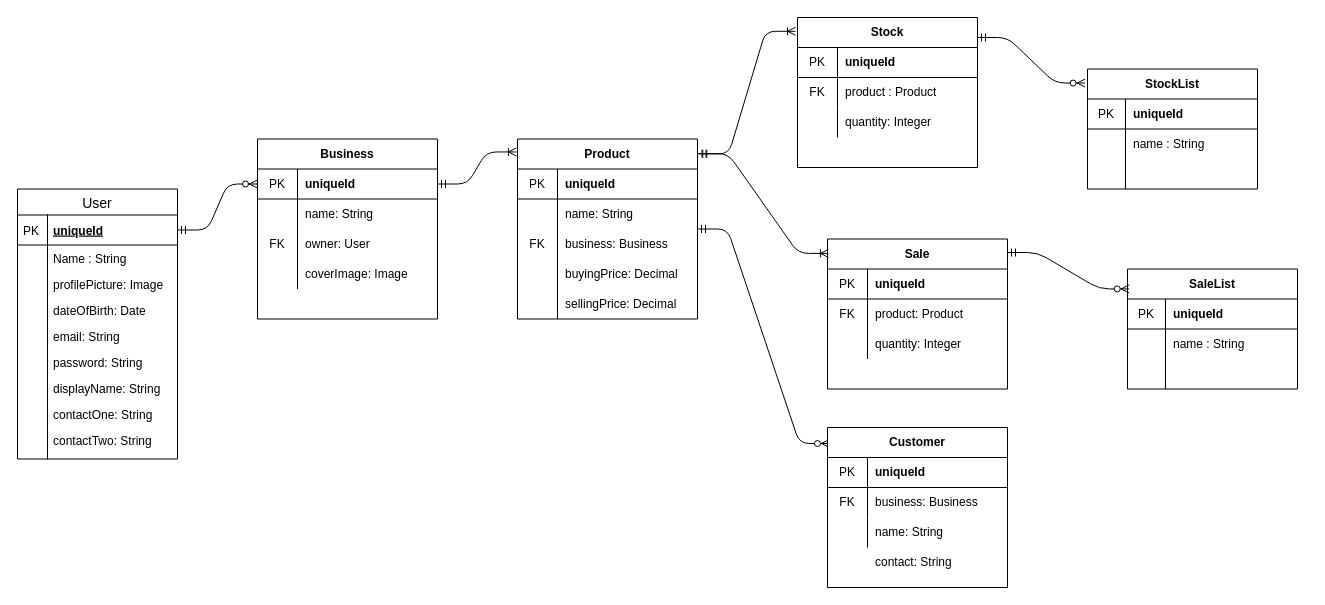
Above: model_schema.drawio in yeboah326/Garage97 (draw.io), before the change. Source tidied: cells renumbered, new cells numbered last; positions are measured from the earlier drawing's top-left corner, leaving out a move shared by most shapes. Both pictures are drawn from the tidied source at 100%, with x=0, y=0 at pixel (17, 17).
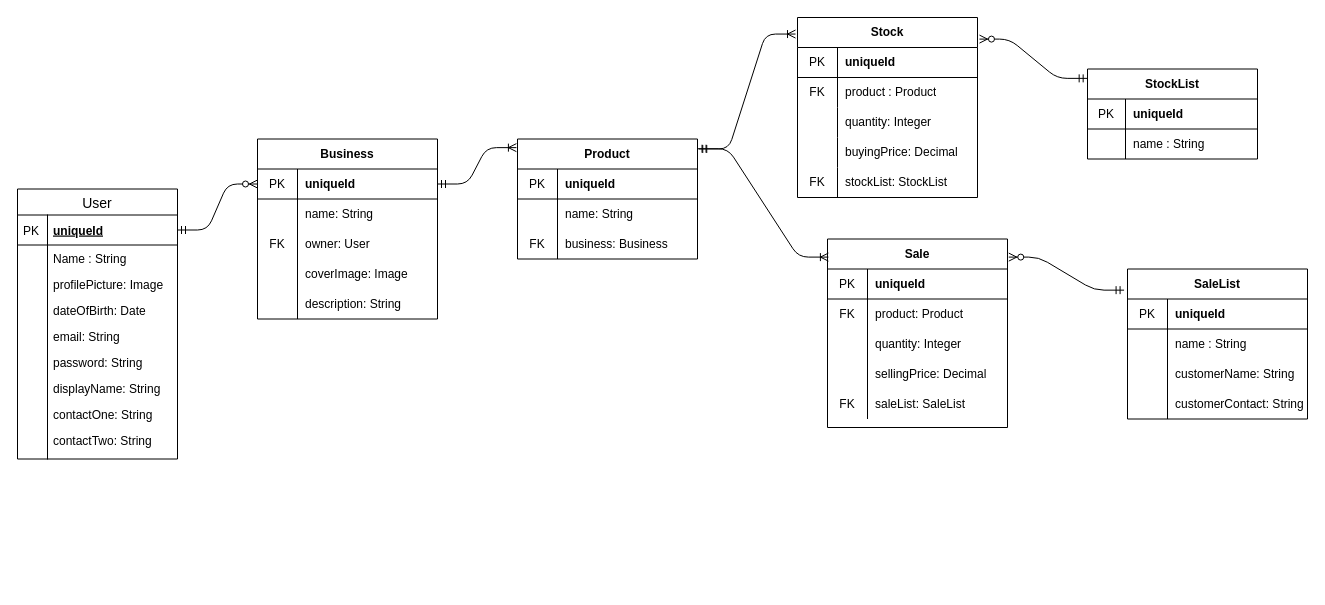
After the change.

Commit message:
Modified er diagram to contain new information

Unchanged cells that the change refers to:
```xml
<mxCell id="23" value="Business" style="shape=table;html=1;whiteSpace=wrap;startSize=30;childLayout=tableLayout;rowLines=0;fontStyle=1;align=center;" parent="1" vertex="1">
  <mxGeometry x="240" y="121.5" width="180" height="180" as="geometry" />
</mxCell>
```

The edit, as a diff of the source:
```diff
@@
+    <mxCell id="110" style="shape=partialRectangle;html=1;whiteSpace=wrap;fillColor=none;top=0;left=0;bottom=0;right=0;" parent="23" vertex="1">
+      <mxGeometry y="150" width="180" height="30" as="geometry" />
+    </mxCell>
+    <mxCell id="111" style="shape=partialRectangle;html=1;whiteSpace=wrap;fillColor=none;top=0;left=0;bottom=0;right=0;overflow=hidden;" parent="110" vertex="1">
+      <mxGeometry width="40" height="30" as="geometry" />
+    </mxCell>
+    <mxCell id="112" value="description: String" style="shape=partialRectangle;html=1;whiteSpace=wrap;fillColor=none;top=0;left=0;bottom=0;right=0;align=left;spacingLeft=6;overflow=hidden;" parent="110" vertex="1">
+      <mxGeometry x="40" width="140" height="30" as="geometry" />
+    </mxCell>
     <mxCell id="36" value="Product" style="shape=table;html=1;whiteSpace=wrap;startSize=30;childLayout=tableLayout;rowLines=0;fontStyle=1;align=center;" parent="1" vertex="1">
-      <mxGeometry x="500" y="121.5" width="180" height="180" as="geometry" />
+      <mxGeometry x="500" y="121.5" width="180" height="120" as="geometry" />
     </mxCell>
@@
-    <mxCell id="46" style="shape=partialRectangle;html=1;whiteSpace=wrap;fillColor=none;top=0;left=0;bottom=0;right=0;" parent="36" vertex="1">
-      <mxGeometry y="120" width="180" height="30" as="geometry" />
-    </mxCell>
-    <mxCell id="47" style="shape=partialRectangle;html=1;whiteSpace=wrap;fillColor=none;top=0;left=0;bottom=0;right=0;overflow=hidden;" parent="46" vertex="1">
-      <mxGeometry width="40" height="30" as="geometry" />
-    </mxCell>
-    <mxCell id="48" value="buyingPrice: Decimal" style="shape=partialRectangle;html=1;whiteSpace=wrap;fillColor=none;top=0;left=0;bottom=0;right=0;align=left;spacingLeft=6;overflow=hidden;" parent="46" vertex="1">
-      <mxGeometry x="40" width="140" height="30" as="geometry" />
-    </mxCell>
-    <mxCell id="49" style="shape=partialRectangle;html=1;whiteSpace=wrap;fillColor=none;top=0;left=0;bottom=0;right=0;" parent="36" vertex="1">
-      <mxGeometry y="150" width="180" height="30" as="geometry" />
-    </mxCell>
-    <mxCell id="50" style="shape=partialRectangle;html=1;whiteSpace=wrap;fillColor=none;top=0;left=0;bottom=0;right=0;overflow=hidden;" parent="49" vertex="1">
-      <mxGeometry width="40" height="30" as="geometry" />
-    </mxCell>
-    <mxCell id="51" value="sellingPrice: Decimal" style="shape=partialRectangle;html=1;whiteSpace=wrap;fillColor=none;top=0;left=0;bottom=0;right=0;align=left;spacingLeft=6;overflow=hidden;" parent="49" vertex="1">
-      <mxGeometry x="40" width="140" height="30" as="geometry" />
-    </mxCell>
@@
     <mxCell id="54" value="Sale" style="shape=table;html=1;whiteSpace=wrap;startSize=30;childLayout=tableLayout;rowLines=0;fontStyle=1;align=center;" parent="1" vertex="1">
-      <mxGeometry x="810" y="221.5" width="180" height="150" as="geometry" />
+      <mxGeometry x="810" y="221.5" width="180" height="188.5" as="geometry" />
     </mxCell>
@@
+    <mxCell id="113" style="shape=partialRectangle;html=1;whiteSpace=wrap;fillColor=none;top=0;left=0;bottom=0;right=0;" parent="54" vertex="1">
+      <mxGeometry y="120" width="180" height="30" as="geometry" />
+    </mxCell>
+    <mxCell id="114" style="shape=partialRectangle;html=1;whiteSpace=wrap;fillColor=none;top=0;left=0;bottom=0;right=0;overflow=hidden;" parent="113" vertex="1">
+      <mxGeometry width="40" height="30" as="geometry" />
+    </mxCell>
+    <mxCell id="51" value="sellingPrice: Decimal" style="shape=partialRectangle;html=1;whiteSpace=wrap;fillColor=none;top=0;left=0;bottom=0;right=0;align=left;spacingLeft=6;overflow=hidden;" parent="113" vertex="1">
+      <mxGeometry x="40" width="140" height="30" as="geometry" />
+    </mxCell>
+    <mxCell id="115" style="shape=partialRectangle;html=1;whiteSpace=wrap;fillColor=none;top=0;left=0;bottom=0;right=0;" parent="54" vertex="1">
+      <mxGeometry y="150" width="180" height="30" as="geometry" />
+    </mxCell>
+    <mxCell id="116" value="FK" style="shape=partialRectangle;html=1;whiteSpace=wrap;fillColor=none;top=0;left=0;bottom=0;right=0;overflow=hidden;" parent="115" vertex="1">
+      <mxGeometry width="40" height="30" as="geometry" />
+    </mxCell>
+    <mxCell id="117" value="saleList: SaleList" style="shape=partialRectangle;html=1;whiteSpace=wrap;fillColor=none;top=0;left=0;bottom=0;right=0;align=left;spacingLeft=6;overflow=hidden;" parent="115" vertex="1">
+      <mxGeometry x="40" width="140" height="30" as="geometry" />
+    </mxCell>
     <mxCell id="64" value="Stock" style="shape=table;html=1;whiteSpace=wrap;startSize=30;childLayout=tableLayout;rowLines=0;fontStyle=1;align=center;" parent="1" vertex="1">
-      <mxGeometry x="780" width="180" height="150" as="geometry" />
+      <mxGeometry x="780" width="180" height="180" as="geometry" />
     </mxCell>
@@
+    <mxCell id="118" style="shape=partialRectangle;html=1;whiteSpace=wrap;fillColor=none;top=0;left=0;bottom=0;right=0;" parent="64" vertex="1">
+      <mxGeometry y="120" width="180" height="30" as="geometry" />
+    </mxCell>
+    <mxCell id="119" style="shape=partialRectangle;html=1;whiteSpace=wrap;fillColor=none;top=0;left=0;bottom=0;right=0;overflow=hidden;" parent="118" vertex="1">
+      <mxGeometry width="40" height="30" as="geometry" />
+    </mxCell>
+    <mxCell id="48" value="buyingPrice: Decimal" style="shape=partialRectangle;html=1;whiteSpace=wrap;fillColor=none;top=0;left=0;bottom=0;right=0;align=left;spacingLeft=6;overflow=hidden;" parent="118" vertex="1">
+      <mxGeometry x="40" width="140" height="30" as="geometry" />
+    </mxCell>
+    <mxCell id="120" style="shape=partialRectangle;html=1;whiteSpace=wrap;fillColor=none;top=0;left=0;bottom=0;right=0;" parent="64" vertex="1">
+      <mxGeometry y="150" width="180" height="30" as="geometry" />
+    </mxCell>
+    <mxCell id="121" value="FK" style="shape=partialRectangle;html=1;whiteSpace=wrap;fillColor=none;top=0;left=0;bottom=0;right=0;overflow=hidden;" parent="120" vertex="1">
+      <mxGeometry width="40" height="30" as="geometry" />
+    </mxCell>
+    <mxCell id="122" value="stockList: StockList" style="shape=partialRectangle;html=1;whiteSpace=wrap;fillColor=none;top=0;left=0;bottom=0;right=0;align=left;spacingLeft=6;overflow=hidden;" parent="120" vertex="1">
+      <mxGeometry x="40" width="140" height="30" as="geometry" />
+    </mxCell>
@@
-    <mxCell id="76" style="edgeStyle=entityRelationEdgeStyle;fontSize=12;html=1;endArrow=ERzeroToMany;startArrow=ERmandOne;entryX=0.011;entryY=0.1;entryDx=0;entryDy=0;entryPerimeter=0;" parent="1" edge="1" source="36" target="77">
-      <mxGeometry relative="1" as="geometry" />
-    </mxCell>
-    <mxCell id="77" value="Customer" style="shape=table;html=1;whiteSpace=wrap;startSize=30;childLayout=tableLayout;rowLines=0;fontStyle=1;align=center;" parent="1" vertex="1">
-      <mxGeometry x="810" y="410" width="180" height="160" as="geometry" />
-    </mxCell>
-    <mxCell id="78" style="shape=partialRectangle;html=1;whiteSpace=wrap;fillColor=none;top=0;left=0;bottom=1;right=0;" parent="77" vertex="1">
-      <mxGeometry y="30" width="180" height="30" as="geometry" />
-    </mxCell>
-    <mxCell id="79" value="PK" style="shape=partialRectangle;html=1;whiteSpace=wrap;fillColor=none;top=0;left=0;bottom=0;right=0;overflow=hidden;" parent="78" vertex="1">
-      <mxGeometry width="40" height="30" as="geometry" />
-    </mxCell>
-    <mxCell id="80" value="&lt;b&gt;uniqueId&lt;/b&gt;" style="shape=partialRectangle;html=1;whiteSpace=wrap;fillColor=none;top=0;left=0;bottom=0;right=0;align=left;spacingLeft=6;overflow=hidden;" parent="78" vertex="1">
-      <mxGeometry x="40" width="140" height="30" as="geometry" />
-    </mxCell>
-    <mxCell id="81" style="shape=partialRectangle;html=1;whiteSpace=wrap;fillColor=none;top=0;left=0;bottom=0;right=0;" parent="77" vertex="1">
-      <mxGeometry y="60" width="180" height="30" as="geometry" />
-    </mxCell>
-    <mxCell id="82" value="FK" style="shape=partialRectangle;html=1;whiteSpace=wrap;fillColor=none;top=0;left=0;bottom=0;right=0;overflow=hidden;" parent="81" vertex="1">
-      <mxGeometry width="40" height="30" as="geometry" />
-    </mxCell>
-    <mxCell id="83" value="business: Business" style="shape=partialRectangle;html=1;whiteSpace=wrap;fillColor=none;top=0;left=0;bottom=0;right=0;align=left;spacingLeft=6;overflow=hidden;" parent="81" vertex="1">
-      <mxGeometry x="40" width="140" height="30" as="geometry" />
-    </mxCell>
-    <mxCell id="84" style="shape=partialRectangle;html=1;whiteSpace=wrap;fillColor=none;top=0;left=0;bottom=0;right=0;" parent="77" vertex="1">
-      <mxGeometry y="90" width="180" height="30" as="geometry" />
-    </mxCell>
-    <mxCell id="85" style="shape=partialRectangle;html=1;whiteSpace=wrap;fillColor=none;top=0;left=0;bottom=0;right=0;overflow=hidden;" parent="84" vertex="1">
-      <mxGeometry width="40" height="30" as="geometry" />
-    </mxCell>
-    <mxCell id="86" value="name: String" style="shape=partialRectangle;html=1;whiteSpace=wrap;fillColor=none;top=0;left=0;bottom=0;right=0;align=left;spacingLeft=6;overflow=hidden;" parent="84" vertex="1">
-      <mxGeometry x="40" width="140" height="30" as="geometry" />
-    </mxCell>
-    <mxCell id="87" value="contact: String" style="shape=partialRectangle;html=1;whiteSpace=wrap;fillColor=none;top=0;left=0;bottom=0;right=0;align=left;spacingLeft=6;overflow=hidden;" parent="1" vertex="1">
-      <mxGeometry x="850" y="530" width="140" height="30" as="geometry" />
-    </mxCell>
     <mxCell id="88" value="StockList" style="shape=table;html=1;whiteSpace=wrap;startSize=30;childLayout=tableLayout;rowLines=0;fontStyle=1;align=center;" parent="1" vertex="1">
-      <mxGeometry x="1070" y="51.5" width="170" height="120" as="geometry" />
+      <mxGeometry x="1070" y="51.5" width="170" height="90" as="geometry" />
     </mxCell>
@@
-    <mxCell id="95" style="shape=partialRectangle;html=1;whiteSpace=wrap;fillColor=none;top=0;left=0;bottom=0;right=0;" parent="88" vertex="1">
-      <mxGeometry y="90" width="170" height="30" as="geometry" />
-    </mxCell>
-    <mxCell id="96" style="shape=partialRectangle;html=1;whiteSpace=wrap;fillColor=none;top=0;left=0;bottom=0;right=0;overflow=hidden;" parent="95" vertex="1">
-      <mxGeometry width="38" height="30" as="geometry" />
-    </mxCell>
-    <mxCell id="97" style="shape=partialRectangle;html=1;whiteSpace=wrap;fillColor=none;top=0;left=0;bottom=0;right=0;align=left;spacingLeft=6;overflow=hidden;" parent="95" vertex="1">
-      <mxGeometry x="38" width="132" height="30" as="geometry" />
-    </mxCell>
     <mxCell id="98" value="SaleList" style="shape=table;html=1;whiteSpace=wrap;startSize=30;childLayout=tableLayout;rowLines=0;fontStyle=1;align=center;" parent="1" vertex="1">
-      <mxGeometry x="1110" y="251.5" width="170" height="120" as="geometry" />
+      <mxGeometry x="1110" y="251.5" width="180" height="150" as="geometry" />
     </mxCell>
     <mxCell id="99" style="shape=partialRectangle;html=1;whiteSpace=wrap;fillColor=none;top=0;left=0;bottom=1;right=0;" parent="98" vertex="1">
-      <mxGeometry y="30" width="170" height="30" as="geometry" />
+      <mxGeometry y="30" width="180" height="30" as="geometry" />
     </mxCell>
     <mxCell id="100" value="PK" style="shape=partialRectangle;html=1;whiteSpace=wrap;fillColor=none;top=0;left=0;bottom=0;right=0;overflow=hidden;" parent="99" vertex="1">
-      <mxGeometry width="38" height="30" as="geometry" />
+      <mxGeometry width="40" height="30" as="geometry" />
     </mxCell>
     <mxCell id="101" value="&lt;b&gt;uniqueId&lt;/b&gt;" style="shape=partialRectangle;html=1;whiteSpace=wrap;fillColor=none;top=0;left=0;bottom=0;right=0;align=left;spacingLeft=6;overflow=hidden;" parent="99" vertex="1">
-      <mxGeometry x="38" width="132" height="30" as="geometry" />
+      <mxGeometry x="40" width="140" height="30" as="geometry" />
     </mxCell>
     <mxCell id="102" style="shape=partialRectangle;html=1;whiteSpace=wrap;fillColor=none;top=0;left=0;bottom=0;right=0;" parent="98" vertex="1">
-      <mxGeometry y="60" width="170" height="30" as="geometry" />
+      <mxGeometry y="60" width="180" height="30" as="geometry" />
     </mxCell>
     <mxCell id="103" style="shape=partialRectangle;html=1;whiteSpace=wrap;fillColor=none;top=0;left=0;bottom=0;right=0;overflow=hidden;" parent="102" vertex="1">
-      <mxGeometry width="38" height="30" as="geometry" />
+      <mxGeometry width="40" height="30" as="geometry" />
     </mxCell>
     <mxCell id="104" value="name : String" style="shape=partialRectangle;html=1;whiteSpace=wrap;fillColor=none;top=0;left=0;bottom=0;right=0;align=left;spacingLeft=6;overflow=hidden;" parent="102" vertex="1">
-      <mxGeometry x="38" width="132" height="30" as="geometry" />
+      <mxGeometry x="40" width="140" height="30" as="geometry" />
     </mxCell>
-    <mxCell id="105" style="shape=partialRectangle;html=1;whiteSpace=wrap;fillColor=none;top=0;left=0;bottom=0;right=0;" parent="98" vertex="1">
-      <mxGeometry y="90" width="170" height="30" as="geometry" />
-    </mxCell>
-    <mxCell id="106" style="shape=partialRectangle;html=1;whiteSpace=wrap;fillColor=none;top=0;left=0;bottom=0;right=0;overflow=hidden;" parent="105" vertex="1">
-      <mxGeometry width="38" height="30" as="geometry" />
-    </mxCell>
-    <mxCell id="107" style="shape=partialRectangle;html=1;whiteSpace=wrap;fillColor=none;top=0;left=0;bottom=0;right=0;align=left;spacingLeft=6;overflow=hidden;" parent="105" vertex="1">
-      <mxGeometry x="38" width="132" height="30" as="geometry" />
-    </mxCell>
-    <mxCell id="108" style="edgeStyle=entityRelationEdgeStyle;fontSize=12;html=1;endArrow=ERzeroToMany;startArrow=ERmandOne;entryX=0.01;entryY=0.166;entryDx=0;entryDy=0;entryPerimeter=0;" parent="1" edge="1" target="98">
-      <mxGeometry relative="1" as="geometry">
-        <mxPoint x="990" y="235" as="sourcePoint" />
-      </mxGeometry>
-    </mxCell>
+    <mxCell id="84" style="shape=partialRectangle;html=1;whiteSpace=wrap;fillColor=none;top=0;left=0;bottom=0;right=0;" parent="98" vertex="1">
+      <mxGeometry y="90" width="180" height="30" as="geometry" />
+    </mxCell>
+    <mxCell id="123" style="shape=partialRectangle;html=1;whiteSpace=wrap;fillColor=none;top=0;left=0;bottom=0;right=0;overflow=hidden;" parent="84" vertex="1">
+      <mxGeometry width="40" height="30" as="geometry" />
+    </mxCell>
+    <mxCell id="124" value="customerName: String" style="shape=partialRectangle;html=1;whiteSpace=wrap;fillColor=none;top=0;left=0;bottom=0;right=0;align=left;spacingLeft=6;overflow=hidden;" parent="84" vertex="1">
+      <mxGeometry x="40" width="140" height="30" as="geometry" />
+    </mxCell>
+    <mxCell id="125" style="shape=partialRectangle;html=1;whiteSpace=wrap;fillColor=none;top=0;left=0;bottom=0;right=0;" parent="98" vertex="1">
+      <mxGeometry y="120" width="180" height="30" as="geometry" />
+    </mxCell>
+    <mxCell id="126" style="shape=partialRectangle;html=1;whiteSpace=wrap;fillColor=none;top=0;left=0;bottom=0;right=0;overflow=hidden;" parent="125" vertex="1">
+      <mxGeometry width="40" height="30" as="geometry" />
+    </mxCell>
+    <mxCell id="127" value="customerContact: String" style="shape=partialRectangle;html=1;whiteSpace=wrap;fillColor=none;top=0;left=0;bottom=0;right=0;align=left;spacingLeft=6;overflow=hidden;" parent="125" vertex="1">
+      <mxGeometry x="40" width="140" height="30" as="geometry" />
+    </mxCell>
-    <mxCell id="109" style="edgeStyle=entityRelationEdgeStyle;fontSize=12;html=1;endArrow=ERzeroToMany;startArrow=ERmandOne;entryX=-0.014;entryY=0.117;entryDx=0;entryDy=0;entryPerimeter=0;" parent="1" edge="1" target="88">
-      <mxGeometry relative="1" as="geometry">
-        <mxPoint x="960" y="20" as="sourcePoint" />
-      </mxGeometry>
+    <mxCell id="109" style="edgeStyle=entityRelationEdgeStyle;fontSize=12;html=1;endArrow=ERzeroToMany;startArrow=ERmandOne;exitX=-0.002;exitY=0.104;exitDx=0;exitDy=0;exitPerimeter=0;entryX=1.011;entryY=0.12;entryDx=0;entryDy=0;entryPerimeter=0;" parent="1" edge="1" source="88" target="64">
+      <mxGeometry relative="1" as="geometry" />
     </mxCell>
+    <mxCell id="128" style="edgeStyle=entityRelationEdgeStyle;fontSize=12;html=1;endArrow=ERzeroToMany;startArrow=ERmandOne;exitX=-0.019;exitY=0.141;exitDx=0;exitDy=0;exitPerimeter=0;entryX=1.007;entryY=0.096;entryDx=0;entryDy=0;entryPerimeter=0;" parent="1" edge="1" source="98" target="54">
+      <mxGeometry relative="1" as="geometry" />
+    </mxCell>
```
